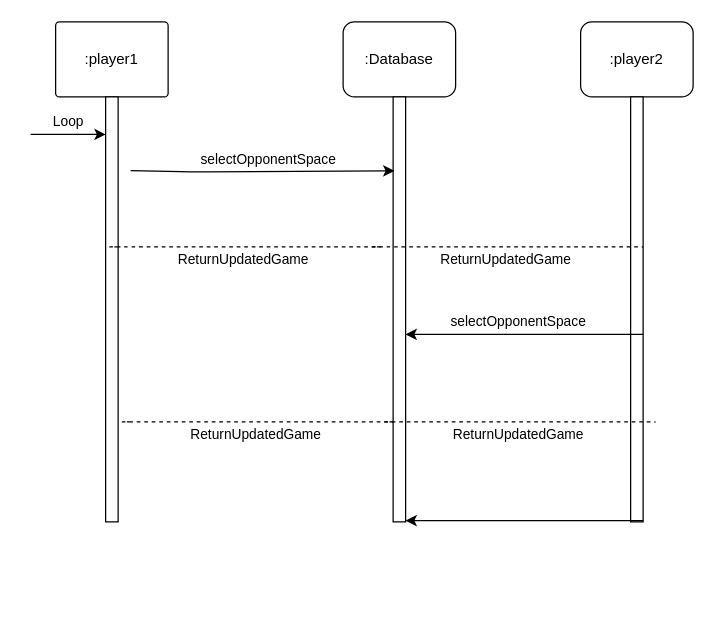
The draw.io diagram Untitled Diagram.drawio in amaka1x/Xender-Battleship-Game-Project, before the edit. Source tidied: cells renumbered, new cells numbered last; positions are measured from the earlier drawing's top-left corner, leaving out a move shared by most shapes. Both pictures are drawn from the tidied source at 125%, with x=0, y=0 at pixel (30, 21).
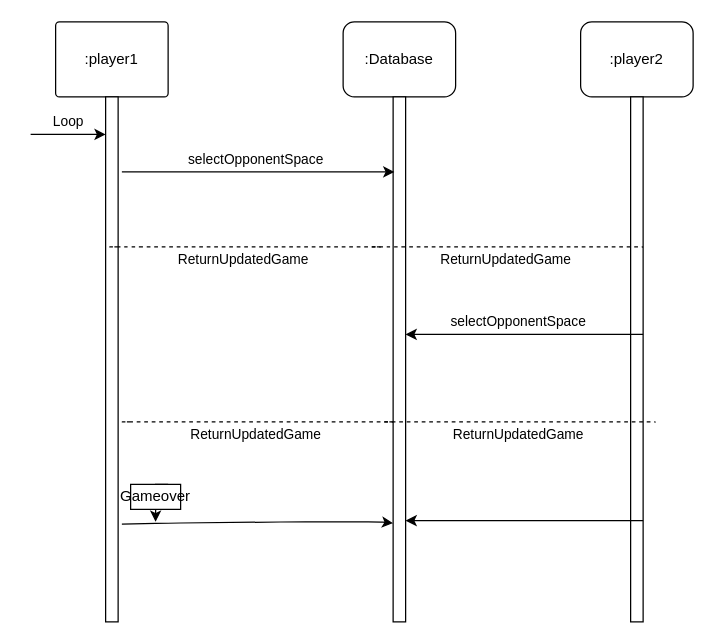
The same page after the edit.

Diff of the diagram source:
```diff
@@
     <mxCell id="5" style="rounded=0;whiteSpace=wrap;html=1;" parent="1" vertex="1">
-      <mxGeometry x="290" y="60" width="10" height="340" as="geometry" />
+      <mxGeometry x="290" y="60" width="10" height="420" as="geometry" />
     </mxCell>
     <mxCell id="6" style="rounded=0;whiteSpace=wrap;html=1;" parent="1" vertex="1">
-      <mxGeometry x="60" y="60" width="10" height="340" as="geometry" />
+      <mxGeometry x="60" y="60" width="10" height="420" as="geometry" />
     </mxCell>
     <mxCell id="7" style="rounded=0;whiteSpace=wrap;html=1;" parent="1" vertex="1">
-      <mxGeometry x="480" y="60" width="10" height="340" as="geometry" />
+      <mxGeometry x="480" y="60" width="10" height="420" as="geometry" />
     </mxCell>
-    <mxCell id="8" style="endArrow=classic;html=1;entryX=0.1;entryY=0.174;entryDx=0;entryDy=0;entryPerimeter=0;" parent="1" edge="1" target="5">
+    <mxCell id="8" style="endArrow=classic;html=1;" parent="1" edge="1">
       <mxGeometry relative="1" as="geometry">
-        <mxPoint x="80" y="119" as="sourcePoint" />
+        <mxPoint x="73" y="120" as="sourcePoint" />
+        <mxPoint x="291" y="120" as="targetPoint" />
         <Array as="points">
           <mxPoint x="130" y="120" />
         </Array>
       </mxGeometry>
     </mxCell>
@@
     <mxCell id="11" value="selectOpponentSpace" style="endArrow=classic;html=1;exitX=0;exitY=0.5;exitDx=0;exitDy=0;entryX=1;entryY=0.5;entryDx=0;entryDy=0;" parent="1" edge="1">
-      <mxGeometry x="1" y="-309" relative="1" as="geometry">
+      <mxGeometry x="1" y="-313" relative="1" as="geometry">
         <mxPoint x="490" y="399" as="sourcePoint" />
         <mxPoint x="300" y="399" as="targetPoint" />
-        <Array as="points">
-          <mxPoint x="410" y="399" />
-        </Array>
-        <mxPoint x="-110" y="20" as="offset" />
+        <mxPoint x="-120" y="24" as="offset" />
       </mxGeometry>
     </mxCell>
@@
+    <mxCell id="16" style="endArrow=classic;html=1;entryX=0;entryY=0.812;entryDx=0;entryDy=0;entryPerimeter=0;exitX=1.3;exitY=0.814;exitDx=0;exitDy=0;exitPerimeter=0;" parent="1" edge="1" source="6" target="5">
+      <mxGeometry relative="1" as="geometry">
+        <Array as="points">
+          <mxPoint x="110" y="401" />
+          <mxPoint x="210" y="400" />
+          <mxPoint x="280" y="400" />
+        </Array>
+      </mxGeometry>
+    </mxCell>
+    <mxCell id="17" style="edgeStyle=orthogonalEdgeStyle;rounded=0;jettySize=auto;html=1;exitX=0.75;exitY=0;exitDx=0;exitDy=0;" parent="1" edge="1" source="18">
+      <mxGeometry relative="1" as="geometry">
+        <mxPoint x="100" y="400" as="targetPoint" />
+      </mxGeometry>
+    </mxCell>
+    <mxCell id="18" value="Gameover" style="rounded=0;whiteSpace=wrap;html=1;" parent="1" vertex="1">
+      <mxGeometry x="80" y="370" width="40" height="20" as="geometry" />
+    </mxCell>
```
